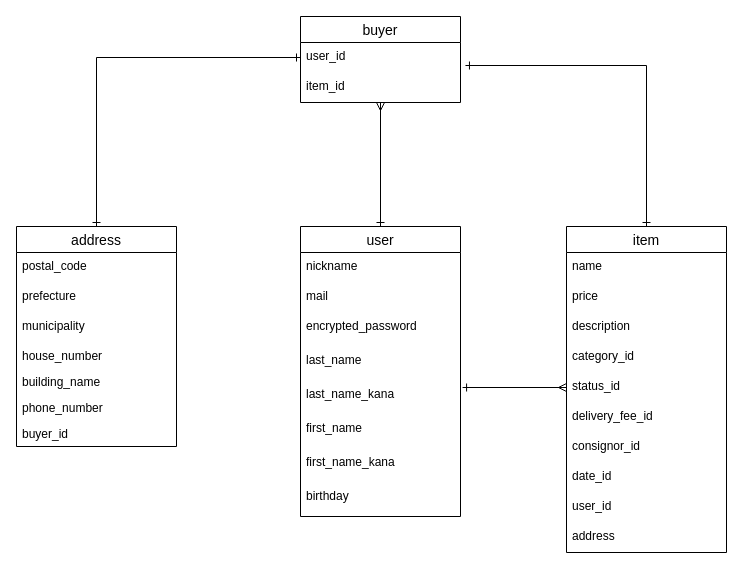
Earlier version of the draw.io diagram test.dio (816u/furima_28627_id). Source tidied: cells renumbered, new cells numbered last; positions are measured from the earlier drawing's top-left corner, leaving out a move shared by most shapes. Both pictures are drawn from the tidied source at 100%, with x=0, y=0 at pixel (16, 16).
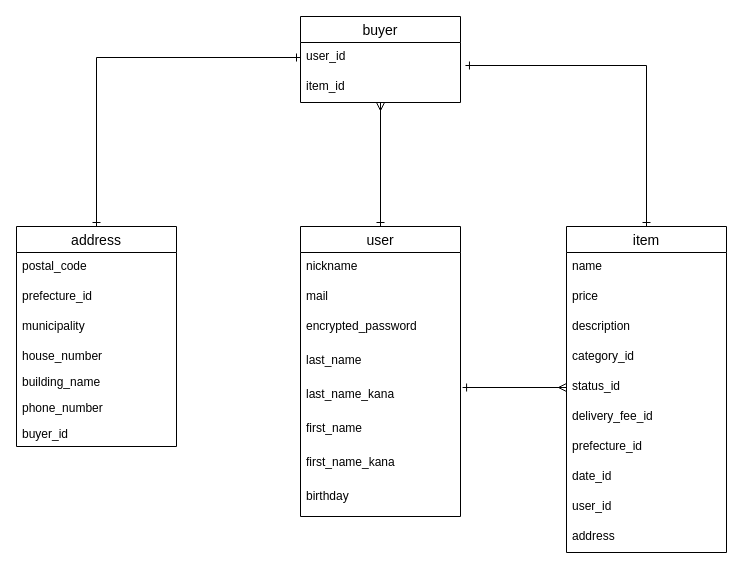
The same diagram, later.

Unchanged cells that the change refers to:
```xml
<mxCell id="12" value="item" style="swimlane;fontStyle=0;horizontal=1;startSize=26;align=center;fontSize=14;" parent="1" vertex="1">
  <mxGeometry x="550" y="210" width="160" height="326" as="geometry" />
</mxCell>
<mxCell id="24" value="address" style="swimlane;fontStyle=0;horizontal=1;startSize=26;align=center;fontSize=14;" parent="1" vertex="1">
  <mxGeometry y="210" width="160" height="220" as="geometry" />
</mxCell>
```

The edit, as a diff of the source:
```diff
@@
-    <mxCell id="19" value="consignor_id" style="text;strokeColor=none;fillColor=none;spacingLeft=4;spacingRight=4;overflow=hidden;fontSize=12;" parent="12" vertex="1">
+    <mxCell id="19" value="prefecture_id" style="text;strokeColor=none;fillColor=none;spacingLeft=4;spacingRight=4;overflow=hidden;fontSize=12;" parent="12" vertex="1">
       <mxGeometry y="206" width="160" height="30" as="geometry" />
     </mxCell>
@@
-    <mxCell id="26" value="prefecture" style="text;strokeColor=none;fillColor=none;spacingLeft=4;spacingRight=4;overflow=hidden;fontSize=12;" parent="24" vertex="1">
+    <mxCell id="26" value="prefecture_id" style="text;strokeColor=none;fillColor=none;spacingLeft=4;spacingRight=4;overflow=hidden;fontSize=12;" parent="24" vertex="1">
       <mxGeometry y="56" width="160" height="30" as="geometry" />
     </mxCell>
```
